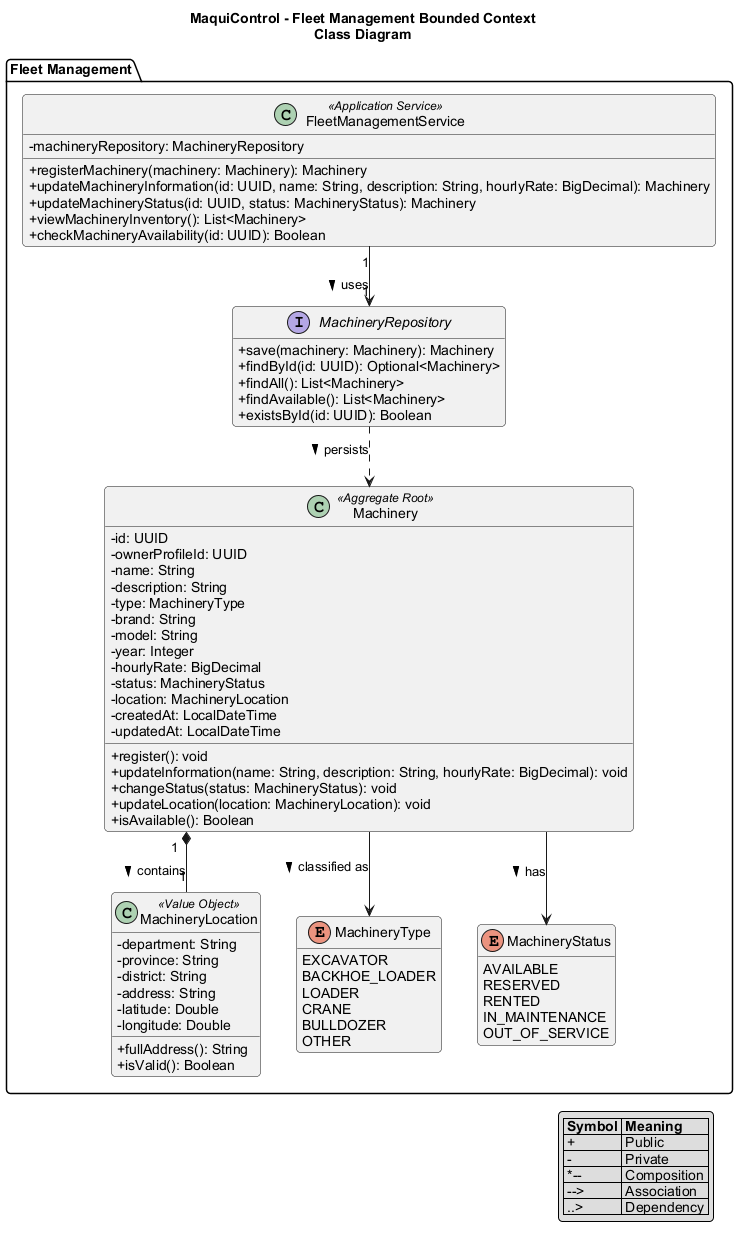
The PlantUML diagram assets/fleet-management-class-diagram.png in AndesHeavyTech/MaquiControl, before a commit. Source of this version:
```plantuml
@startuml
title MaquiControl - Fleet Management Bounded Context\nClass Diagram

skinparam classAttributeIconSize 0
skinparam shadowing false
skinparam roundcorner 8
skinparam defaultFontName Arial
skinparam linetype ortho
hide empty members

package "Fleet Management" {

  class Machinery <<Aggregate Root>> {
    - id: UUID
    - ownerProfileId: UUID
    - name: String
    - description: String
    - type: MachineryType
    - brand: String
    - model: String
    - year: Integer
    - hourlyRate: BigDecimal
    - status: MachineryStatus
    - location: MachineryLocation
    - createdAt: LocalDateTime
    - updatedAt: LocalDateTime
    + register(): void
    + updateInformation(name: String, description: String, hourlyRate: BigDecimal): void
    + changeStatus(status: MachineryStatus): void
    + updateLocation(location: MachineryLocation): void
    + isAvailable(): Boolean
  }

  class MachineryLocation <<Value Object>> {
    - department: String
    - province: String
    - district: String
    - address: String
    - latitude: Double
    - longitude: Double
    + fullAddress(): String
    + isValid(): Boolean
  }

  enum MachineryType {
    EXCAVATOR
    BACKHOE_LOADER
    LOADER
    CRANE
    BULLDOZER
    OTHER
  }

  enum MachineryStatus {
    AVAILABLE
    RESERVED
    RENTED
    IN_MAINTENANCE
    OUT_OF_SERVICE
  }

  interface MachineryRepository {
    + save(machinery: Machinery): Machinery
    + findById(id: UUID): Optional<Machinery>
    + findAll(): List<Machinery>
    + findAvailable(): List<Machinery>
    + existsById(id: UUID): Boolean
  }

  class FleetManagementService <<Application Service>> {
    - machineryRepository: MachineryRepository
    + registerMachinery(machinery: Machinery): Machinery
    + updateMachineryInformation(id: UUID, name: String, description: String, hourlyRate: BigDecimal): Machinery
    + updateMachineryStatus(id: UUID, status: MachineryStatus): Machinery
    + viewMachineryInventory(): List<Machinery>
    + checkMachineryAvailability(id: UUID): Boolean
  }
}

Machinery "1" *-- "1" MachineryLocation : contains >
Machinery --> MachineryType : classified as >
Machinery --> MachineryStatus : has >
FleetManagementService "1" --> "1" MachineryRepository : uses >
MachineryRepository ..> Machinery : persists >

legend right
  |= Symbol |= Meaning |
  | + | Public |
  | - | Private |
  | *-- | Composition |
  | --> | Association |
  | ..> | Dependency |
endlegend

@enduml
```
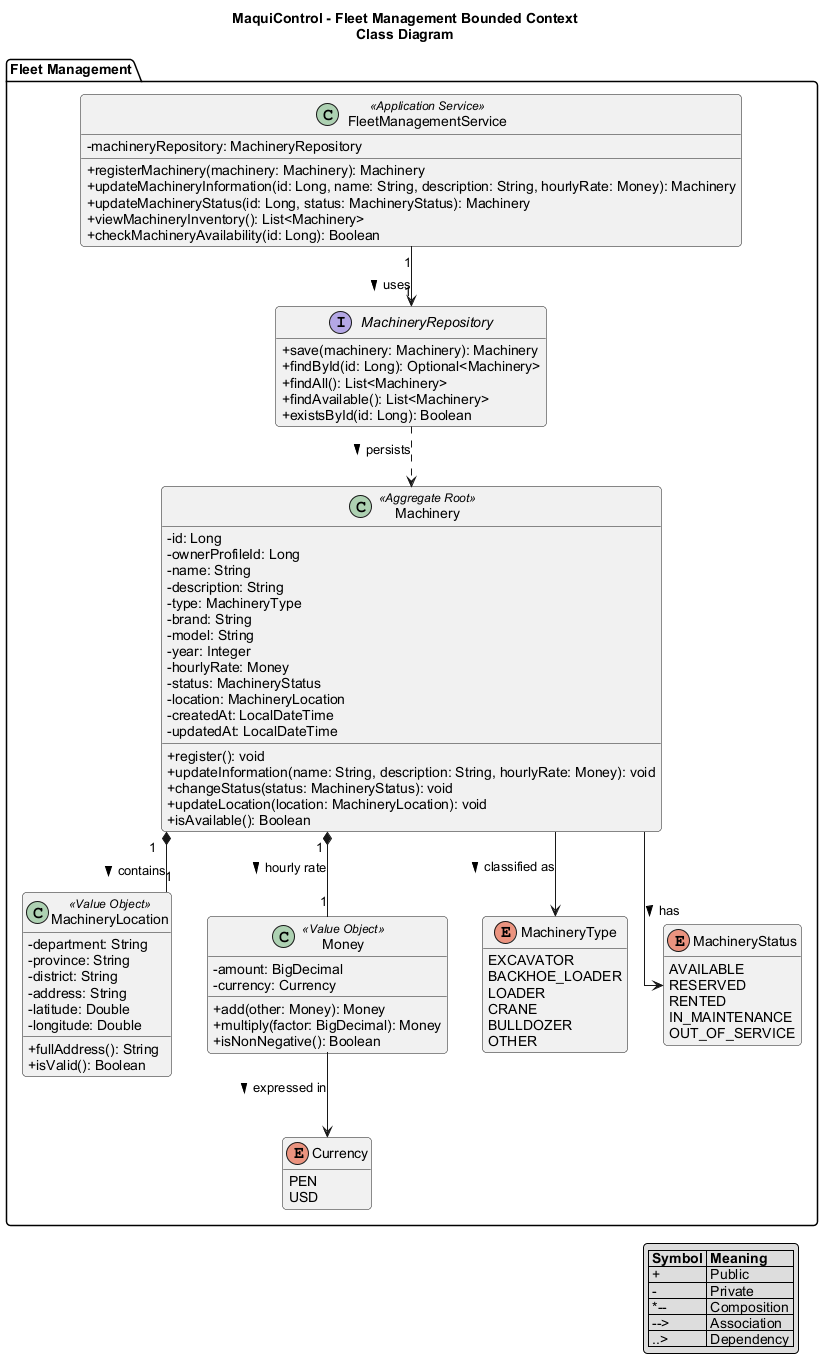
Above is the later version.

Change to the diagram source:
```diff
@@ -11,21 +11,21 @@
 package "Fleet Management" {
 
   class Machinery <<Aggregate Root>> {
-    - id: UUID
-    - ownerProfileId: UUID
+    - id: Long
+    - ownerProfileId: Long
     - name: String
     - description: String
     - type: MachineryType
     - brand: String
     - model: String
     - year: Integer
-    - hourlyRate: BigDecimal
+    - hourlyRate: Money
     - status: MachineryStatus
     - location: MachineryLocation
     - createdAt: LocalDateTime
     - updatedAt: LocalDateTime
     + register(): void
-    + updateInformation(name: String, description: String, hourlyRate: BigDecimal): void
+    + updateInformation(name: String, description: String, hourlyRate: Money): void
     + changeStatus(status: MachineryStatus): void
     + updateLocation(location: MachineryLocation): void
     + isAvailable(): Boolean
@@ -40,6 +40,19 @@
     - longitude: Double
     + fullAddress(): String
     + isValid(): Boolean
+  }
+
+  class Money <<Value Object>> {
+    - amount: BigDecimal
+    - currency: Currency
+    + add(other: Money): Money
+    + multiply(factor: BigDecimal): Money
+    + isNonNegative(): Boolean
+  }
+
+  enum Currency {
+    PEN
+    USD
   }
 
   enum MachineryType {
@@ -61,23 +74,25 @@
 
   interface MachineryRepository {
     + save(machinery: Machinery): Machinery
-    + findById(id: UUID): Optional<Machinery>
+    + findById(id: Long): Optional<Machinery>
     + findAll(): List<Machinery>
     + findAvailable(): List<Machinery>
-    + existsById(id: UUID): Boolean
+    + existsById(id: Long): Boolean
   }
 
   class FleetManagementService <<Application Service>> {
     - machineryRepository: MachineryRepository
     + registerMachinery(machinery: Machinery): Machinery
-    + updateMachineryInformation(id: UUID, name: String, description: String, hourlyRate: BigDecimal): Machinery
-    + updateMachineryStatus(id: UUID, status: MachineryStatus): Machinery
+    + updateMachineryInformation(id: Long, name: String, description: String, hourlyRate: Money): Machinery
+    + updateMachineryStatus(id: Long, status: MachineryStatus): Machinery
     + viewMachineryInventory(): List<Machinery>
-    + checkMachineryAvailability(id: UUID): Boolean
+    + checkMachineryAvailability(id: Long): Boolean
   }
 }
 
 Machinery "1" *-- "1" MachineryLocation : contains >
+Machinery "1" *-- "1" Money : hourly rate >
+Money --> Currency : expressed in >
 Machinery --> MachineryType : classified as >
 Machinery --> MachineryStatus : has >
 FleetManagementService "1" --> "1" MachineryRepository : uses >
```
